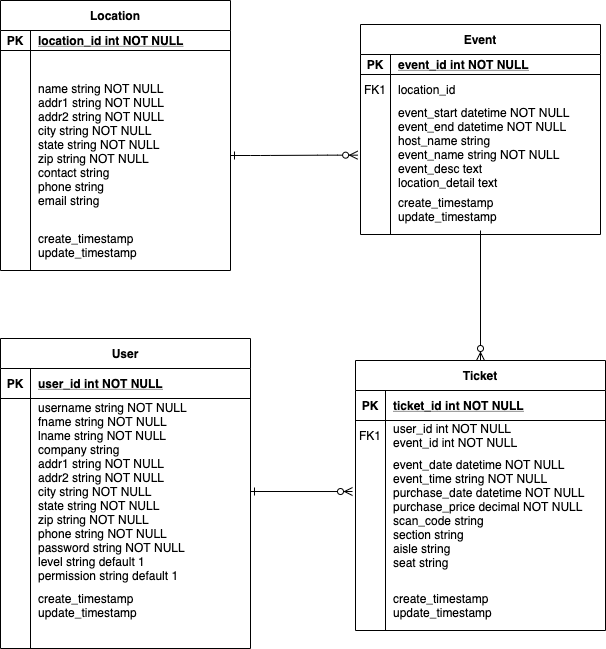
This is assets/hackathon.png from SheHacksHackathon/HackathonJuly2020, a draw.io export, as it was before one commit. Source tidied: cells renumbered, new cells last; positions are measured from the earlier drawing's top-left corner, leaving out a move shared by most shapes.
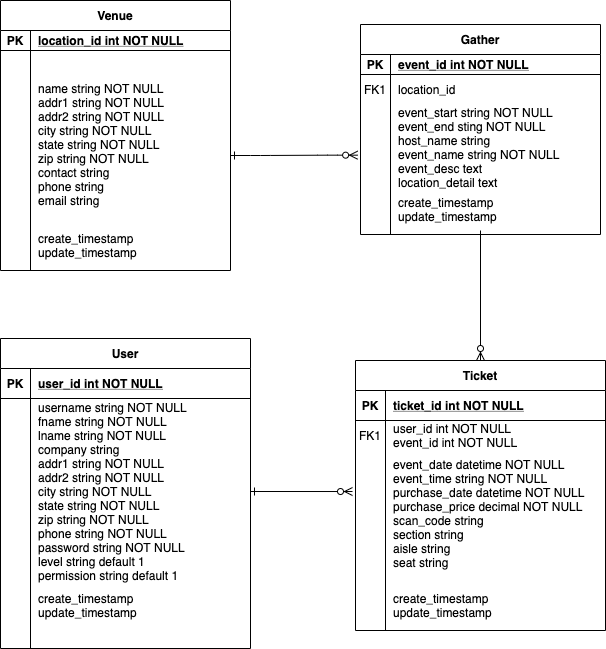
Later version of the same file.

The edit, as a diff of the source:
```diff
@@ -8,7 +8,7 @@
     <mxCell id="3" style="edgeStyle=entityRelationEdgeStyle;endArrow=ERzeroToMany;startArrow=ERone;endFill=1;startFill=0;entryX=-0.012;entryY=0.563;entryDx=0;entryDy=0;entryPerimeter=0;exitX=1;exitY=0.5;exitDx=0;exitDy=0;" parent="1" edge="1" source="11" target="21">
       <mxGeometry relative="1" as="geometry" />
     </mxCell>
-    <mxCell id="4" value="Location" style="shape=table;startSize=30;rowLines=0;fontStyle=1;align=center;" parent="1" vertex="1">
+    <mxCell id="4" value="Venue" style="shape=table;startSize=30;rowLines=0;fontStyle=1;align=center;" parent="1" vertex="1">
       <mxGeometry width="230" height="270" as="geometry" />
     </mxCell>
     <mxCell id="5" style="shape=partialRectangle;fillColor=none;top=0;left=0;right=0;bottom=1;" parent="4" vertex="1">
@@ -38,7 +38,7 @@
     <mxCell id="13" value="name string NOT NULL&#10;addr1 string NOT NULL&#10;addr2 string NOT NULL&#10;city string NOT NULL&#10;state string NOT NULL&#10;zip string NOT NULL&#10;contact string&#10;phone string&#10;email string&#10;&#10;" style="shape=partialRectangle;overflow=hidden;fillColor=none;top=0;left=0;bottom=0;right=0;align=left;spacingLeft=6;" parent="11" vertex="1">
       <mxGeometry x="30" width="200" height="150" as="geometry" />
     </mxCell>
-    <mxCell id="14" value="Event" style="shape=table;startSize=30;rowLines=0;fontStyle=1;align=center;" parent="1" vertex="1">
+    <mxCell id="14" value="Gather" style="shape=table;startSize=30;rowLines=0;fontStyle=1;align=center;" parent="1" vertex="1">
       <mxGeometry x="360" y="24" width="240" height="210" as="geometry" />
     </mxCell>
     <mxCell id="15" style="shape=partialRectangle;fillColor=none;top=0;left=0;right=0;bottom=1;" parent="14" vertex="1">
@@ -65,7 +65,7 @@
     <mxCell id="22" style="shape=partialRectangle;overflow=hidden;fillColor=none;top=0;left=0;bottom=0;right=0;" parent="21" vertex="1">
       <mxGeometry width="30" height="90" as="geometry" />
     </mxCell>
-    <mxCell id="23" value="event_start datetime NOT NULL&#10;event_end datetime NOT NULL&#10;host_name string&#10;event_name string NOT NULL&#10;event_desc text&#10;location_detail text&#10;" style="shape=partialRectangle;overflow=hidden;fillColor=none;top=0;left=0;bottom=0;right=0;align=left;spacingLeft=6;" parent="21" vertex="1">
+    <mxCell id="23" value="event_start string NOT NULL&#10;event_end sting NOT NULL&#10;host_name string&#10;event_name string NOT NULL&#10;event_desc text&#10;location_detail text&#10;" style="shape=partialRectangle;overflow=hidden;fillColor=none;top=0;left=0;bottom=0;right=0;align=left;spacingLeft=6;" parent="21" vertex="1">
       <mxGeometry x="30" width="210" height="90" as="geometry" />
     </mxCell>
     <mxCell id="24" value="create_timestamp&#10;update_timestamp" style="shape=partialRectangle;overflow=hidden;fillColor=none;top=0;left=0;bottom=0;right=0;align=left;spacingLeft=6;" parent="1" vertex="1">
```
